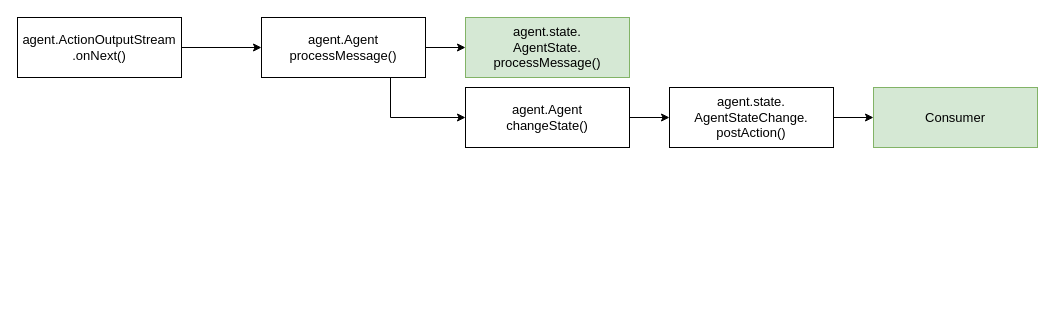
Before: AgentControl.drawio in Albert-W/Draw_io, a draw.io diagram. Source tidied: cells renumbered, new cells numbered last; positions are measured from the earlier drawing's top-left corner, leaving out a move shared by most shapes. Both pictures are drawn from the tidied source at 100%, with x=0, y=0 at pixel (17, 17).
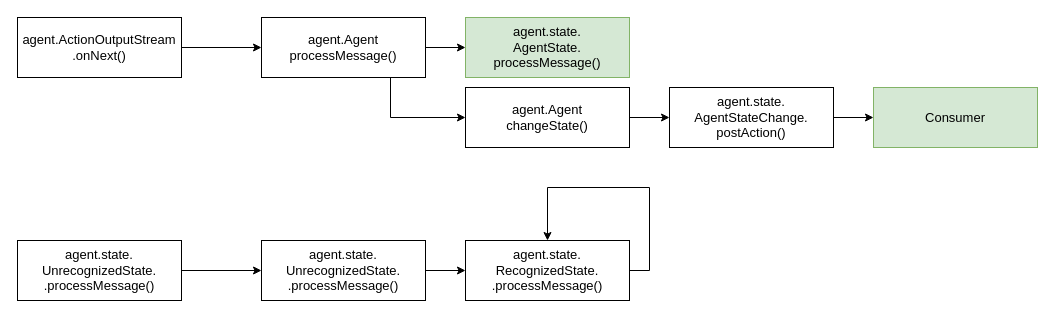
After the change.

Change to the diagram source:
```diff
@@
+    <mxCell id="13" style="edgeStyle=orthogonalEdgeStyle;rounded=0;jettySize=auto;html=1;" parent="1" edge="1" source="14" target="15">
+      <mxGeometry relative="1" as="geometry" />
+    </mxCell>
+    <mxCell id="14" value="&lt;div style=&quot;color: rgb(0 , 0 , 0) ; font-family: &amp;#34;helvetica&amp;#34; ; font-size: 13px ; font-style: normal ; font-weight: 400 ; letter-spacing: normal ; text-align: center ; text-indent: 0px ; text-transform: none ; word-spacing: 0px ; background-color: rgb(255 , 255 , 255)&quot;&gt;agent.state.&lt;/div&gt;&lt;div style=&quot;color: rgb(0 , 0 , 0) ; font-family: &amp;#34;helvetica&amp;#34; ; font-size: 13px ; font-style: normal ; font-weight: 400 ; letter-spacing: normal ; text-align: center ; text-indent: 0px ; text-transform: none ; word-spacing: 0px ; background-color: rgb(255 , 255 , 255)&quot;&gt;UnrecognizedState.&lt;br&gt;&lt;/div&gt;&lt;div style=&quot;color: rgb(0 , 0 , 0) ; font-family: &amp;#34;helvetica&amp;#34; ; font-size: 13px ; font-style: normal ; font-weight: 400 ; letter-spacing: normal ; text-align: center ; text-indent: 0px ; text-transform: none ; word-spacing: 0px ; background-color: rgb(255 , 255 , 255)&quot;&gt;.processMessage()&lt;/div&gt;" style="whiteSpace=wrap;html=1;align=center;newEdgeStyle={&quot;edgeStyle&quot;:&quot;elbowEdgeStyle&quot;,&quot;startArrow&quot;:&quot;none&quot;,&quot;endArrow&quot;:&quot;none&quot;};fontSize=13;" parent="1" vertex="1">
+      <mxGeometry y="223" width="164" height="60" as="geometry" />
+    </mxCell>
+    <mxCell id="15" value="&lt;div style=&quot;color: rgb(0 , 0 , 0) ; font-family: &amp;#34;helvetica&amp;#34; ; font-size: 13px ; font-style: normal ; font-weight: 400 ; letter-spacing: normal ; text-align: center ; text-indent: 0px ; text-transform: none ; word-spacing: 0px ; background-color: rgb(255 , 255 , 255)&quot;&gt;agent.state.&lt;/div&gt;&lt;div style=&quot;color: rgb(0 , 0 , 0) ; font-family: &amp;#34;helvetica&amp;#34; ; font-size: 13px ; font-style: normal ; font-weight: 400 ; letter-spacing: normal ; text-align: center ; text-indent: 0px ; text-transform: none ; word-spacing: 0px ; background-color: rgb(255 , 255 , 255)&quot;&gt;UnrecognizedState.&lt;br&gt;&lt;/div&gt;&lt;div style=&quot;color: rgb(0 , 0 , 0) ; font-family: &amp;#34;helvetica&amp;#34; ; font-size: 13px ; font-style: normal ; font-weight: 400 ; letter-spacing: normal ; text-align: center ; text-indent: 0px ; text-transform: none ; word-spacing: 0px ; background-color: rgb(255 , 255 , 255)&quot;&gt;.processMessage()&lt;/div&gt;" style="whiteSpace=wrap;html=1;align=center;newEdgeStyle={&quot;edgeStyle&quot;:&quot;elbowEdgeStyle&quot;,&quot;startArrow&quot;:&quot;none&quot;,&quot;endArrow&quot;:&quot;none&quot;};fontSize=13;" parent="1" vertex="1">
+      <mxGeometry x="244" y="223" width="164" height="60" as="geometry" />
+    </mxCell>
+    <mxCell id="16" style="edgeStyle=orthogonalEdgeStyle;rounded=0;jettySize=auto;html=1;" parent="1" edge="1" source="15" target="18">
+      <mxGeometry relative="1" as="geometry" />
+    </mxCell>
+    <mxCell id="17" style="edgeStyle=orthogonalEdgeStyle;rounded=0;orthogonalLoop=1;jettySize=auto;html=1;exitX=1;exitY=0.5;exitDx=0;exitDy=0;entryX=0.5;entryY=0;entryDx=0;entryDy=0;" parent="1" edge="1" source="18" target="18">
+      <mxGeometry relative="1" as="geometry">
+        <Array as="points">
+          <mxPoint x="632" y="253" />
+          <mxPoint x="632" y="170" />
+          <mxPoint x="530" y="170" />
+        </Array>
+      </mxGeometry>
+    </mxCell>
+    <mxCell id="18" value="&lt;div style=&quot;color: rgb(0 , 0 , 0) ; font-family: &amp;#34;helvetica&amp;#34; ; font-size: 13px ; font-style: normal ; font-weight: 400 ; letter-spacing: normal ; text-align: center ; text-indent: 0px ; text-transform: none ; word-spacing: 0px ; background-color: rgb(255 , 255 , 255)&quot;&gt;agent.state.&lt;/div&gt;&lt;div style=&quot;color: rgb(0 , 0 , 0) ; font-family: &amp;#34;helvetica&amp;#34; ; font-size: 13px ; font-style: normal ; font-weight: 400 ; letter-spacing: normal ; text-align: center ; text-indent: 0px ; text-transform: none ; word-spacing: 0px ; background-color: rgb(255 , 255 , 255)&quot;&gt;RecognizedState.&lt;br&gt;&lt;/div&gt;&lt;div style=&quot;color: rgb(0 , 0 , 0) ; font-family: &amp;#34;helvetica&amp;#34; ; font-size: 13px ; font-style: normal ; font-weight: 400 ; letter-spacing: normal ; text-align: center ; text-indent: 0px ; text-transform: none ; word-spacing: 0px ; background-color: rgb(255 , 255 , 255)&quot;&gt;.processMessage()&lt;/div&gt;" style="whiteSpace=wrap;html=1;align=center;newEdgeStyle={&quot;edgeStyle&quot;:&quot;elbowEdgeStyle&quot;,&quot;startArrow&quot;:&quot;none&quot;,&quot;endArrow&quot;:&quot;none&quot;};fontSize=13;" parent="1" vertex="1">
+      <mxGeometry x="448" y="223" width="164" height="60" as="geometry" />
+    </mxCell>
```
